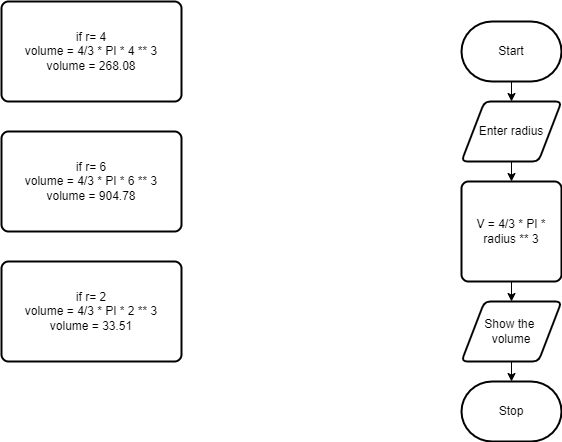
This is design/flowchart.png from Evgeny-Vovk/ICS2O-Unit3-03-HTML, a draw.io export, as it was before one commit. Source tidied: cells renumbered, new cells last; positions are measured from the earlier drawing's top-left corner, leaving out a move shared by most shapes.
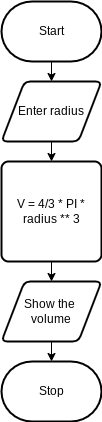
Above is the later version.

Change to the diagram source:
```diff
@@ -29,14 +29,5 @@
     <mxCell id="10" value="Show the &lt;br&gt;volume" style="shape=parallelogram;html=1;strokeWidth=2;perimeter=parallelogramPerimeter;whiteSpace=wrap;rounded=1;arcSize=12;size=0.23;" parent="1" vertex="1">
       <mxGeometry x="460" y="300" width="100" height="60" as="geometry" />
     </mxCell>
-    <mxCell id="11" value="if r= 4&lt;br&gt;volume = 4/3 * PI * 4 ** 3&lt;br&gt;volume = 268.08" style="rounded=1;whiteSpace=wrap;html=1;absoluteArcSize=1;arcSize=14;strokeWidth=2;" parent="1" vertex="1">
-      <mxGeometry width="180" height="100" as="geometry" />
-    </mxCell>
-    <mxCell id="12" value="if r= 6&lt;br&gt;volume = 4/3 * PI * 6 ** 3&lt;br&gt;volume = 904.78" style="rounded=1;whiteSpace=wrap;html=1;absoluteArcSize=1;arcSize=14;strokeWidth=2;" parent="1" vertex="1">
-      <mxGeometry y="130" width="180" height="100" as="geometry" />
-    </mxCell>
-    <mxCell id="13" value="if r= 2&lt;br&gt;volume = 4/3 * PI * 2 ** 3&lt;br&gt;volume = 33.51" style="rounded=1;whiteSpace=wrap;html=1;absoluteArcSize=1;arcSize=14;strokeWidth=2;" parent="1" vertex="1">
-      <mxGeometry y="260" width="180" height="100" as="geometry" />
-    </mxCell>
   </root>
 </mxGraphModel>
```
